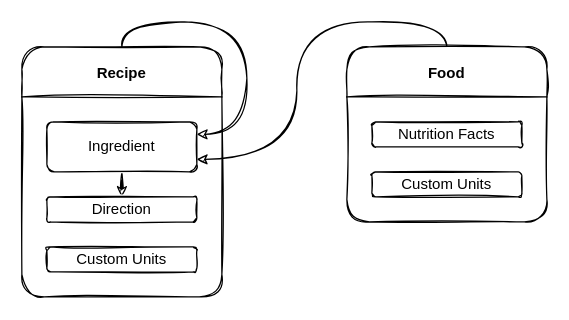
ch-greams/recipe-book-app keeps this draw.io diagram as page "Page-1" (1 of 2) of data-model.drawio. Above is the earlier version. Source tidied: cells renumbered, new cells numbered last; positions are measured from the earlier drawing's top-left corner, leaving out a move shared by most shapes. Both pictures are drawn from the tidied source at 125%, with x=0, y=0 at pixel (21, 21).
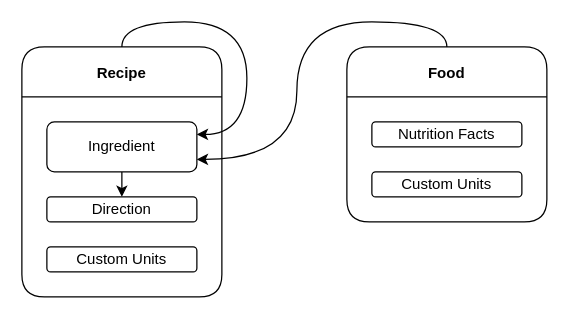
The same diagram, later.

The edit, as a diff of the source:
```diff
@@
 <mxGraphModel>
   <root>
     <mxCell id="0" />
     <mxCell id="1" parent="0" />
-    <mxCell id="2" value="Recipe" style="swimlane;startSize=40;rounded=1;sketch=1;" parent="1" vertex="1">
+    <mxCell id="2" value="Recipe" style="swimlane;startSize=40;rounded=1;" parent="1" vertex="1">
       <mxGeometry y="20" width="160" height="200" as="geometry" />
     </mxCell>
-    <mxCell id="3" style="edgeStyle=orthogonalEdgeStyle;jettySize=auto;html=1;entryX=0.5;entryY=0;entryDx=0;entryDy=0;startArrow=none;startFill=0;endArrow=classic;endFill=1;curved=1;sketch=1;" parent="2" edge="1" source="4" target="5">
+    <mxCell id="3" style="edgeStyle=orthogonalEdgeStyle;jettySize=auto;html=1;entryX=0.5;entryY=0;entryDx=0;entryDy=0;startArrow=none;startFill=0;endArrow=classic;endFill=1;curved=1;" parent="2" edge="1" source="4" target="5">
       <mxGeometry relative="1" as="geometry" />
     </mxCell>
-    <mxCell id="4" value="Ingredient" style="whiteSpace=wrap;html=1;rounded=1;sketch=1;" parent="2" vertex="1">
+    <mxCell id="4" value="Ingredient" style="whiteSpace=wrap;html=1;rounded=1;" parent="2" vertex="1">
       <mxGeometry x="20" y="60" width="120" height="40" as="geometry" />
     </mxCell>
-    <mxCell id="5" value="Direction" style="whiteSpace=wrap;html=1;rounded=1;sketch=1;" parent="2" vertex="1">
+    <mxCell id="5" value="Direction" style="whiteSpace=wrap;html=1;rounded=1;" parent="2" vertex="1">
       <mxGeometry x="20" y="120" width="120" height="20" as="geometry" />
     </mxCell>
-    <mxCell id="6" value="Custom Units" style="whiteSpace=wrap;html=1;rounded=1;sketch=1;" parent="2" vertex="1">
+    <mxCell id="6" value="Custom Units" style="whiteSpace=wrap;html=1;rounded=1;" parent="2" vertex="1">
       <mxGeometry x="20" y="160" width="120" height="20" as="geometry" />
     </mxCell>
-    <mxCell id="7" style="edgeStyle=orthogonalEdgeStyle;jettySize=auto;html=1;exitX=0.5;exitY=0;exitDx=0;exitDy=0;startArrow=none;startFill=0;endArrow=classic;endFill=1;entryX=1;entryY=0.25;entryDx=0;entryDy=0;curved=1;sketch=1;" parent="2" edge="1" source="2" target="4">
+    <mxCell id="7" style="edgeStyle=orthogonalEdgeStyle;jettySize=auto;html=1;exitX=0.5;exitY=0;exitDx=0;exitDy=0;startArrow=none;startFill=0;endArrow=classic;endFill=1;entryX=1;entryY=0.25;entryDx=0;entryDy=0;curved=1;" parent="2" edge="1" source="2" target="4">
       <mxGeometry relative="1" as="geometry">
         <Array as="points">
           <mxPoint x="80" y="-20" />
           <mxPoint x="180" y="-20" />
           <mxPoint x="180" y="70" />
         </Array>
       </mxGeometry>
     </mxCell>
-    <mxCell id="8" style="edgeStyle=orthogonalEdgeStyle;jettySize=auto;html=1;entryX=1;entryY=0.75;entryDx=0;entryDy=0;startArrow=none;startFill=0;endArrow=classic;endFill=1;exitX=0.5;exitY=0;exitDx=0;exitDy=0;curved=1;sketch=1;" parent="1" edge="1" source="9" target="4">
+    <mxCell id="8" style="edgeStyle=orthogonalEdgeStyle;jettySize=auto;html=1;entryX=1;entryY=0.75;entryDx=0;entryDy=0;startArrow=none;startFill=0;endArrow=classic;endFill=1;exitX=0.5;exitY=0;exitDx=0;exitDy=0;curved=1;" parent="1" edge="1" source="9" target="4">
       <mxGeometry relative="1" as="geometry">
         <Array as="points">
           <mxPoint x="340" />
           <mxPoint x="220" />
           <mxPoint x="220" y="110" />
         </Array>
       </mxGeometry>
     </mxCell>
-    <mxCell id="9" value="Food" style="swimlane;startSize=40;rounded=1;sketch=1;" parent="1" vertex="1">
+    <mxCell id="9" value="Food" style="swimlane;startSize=40;rounded=1;" parent="1" vertex="1">
       <mxGeometry x="260" y="20" width="160" height="140" as="geometry" />
     </mxCell>
-    <mxCell id="10" value="Custom Units" style="whiteSpace=wrap;html=1;rounded=1;sketch=1;" parent="9" vertex="1">
+    <mxCell id="10" value="Custom Units" style="whiteSpace=wrap;html=1;rounded=1;" parent="9" vertex="1">
       <mxGeometry x="20" y="100" width="120" height="20" as="geometry" />
     </mxCell>
-    <mxCell id="11" value="Nutrition Facts" style="whiteSpace=wrap;html=1;rounded=1;sketch=1;" parent="9" vertex="1">
+    <mxCell id="11" value="Nutrition Facts" style="whiteSpace=wrap;html=1;rounded=1;" parent="9" vertex="1">
       <mxGeometry x="20" y="60" width="120" height="20" as="geometry" />
     </mxCell>
   </root>
 </mxGraphModel>
```
